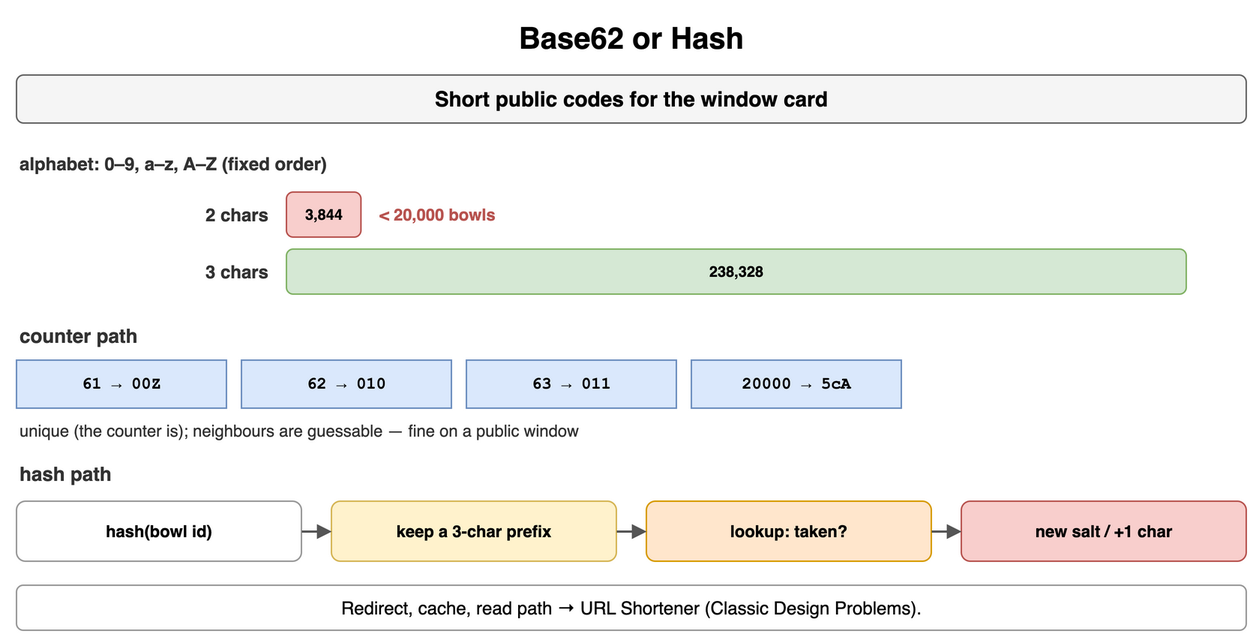
The draw.io diagram content/09_System_Design_Interview/19_Unique_ID_Generation/diagrams/unique-id-7-base62-or-hash.png in amendez13/swe-study-guide, before a commit. Source tidied: cells renumbered, new cells last; positions are measured from the earlier drawing's top-left corner, leaving out a move shared by most shapes.
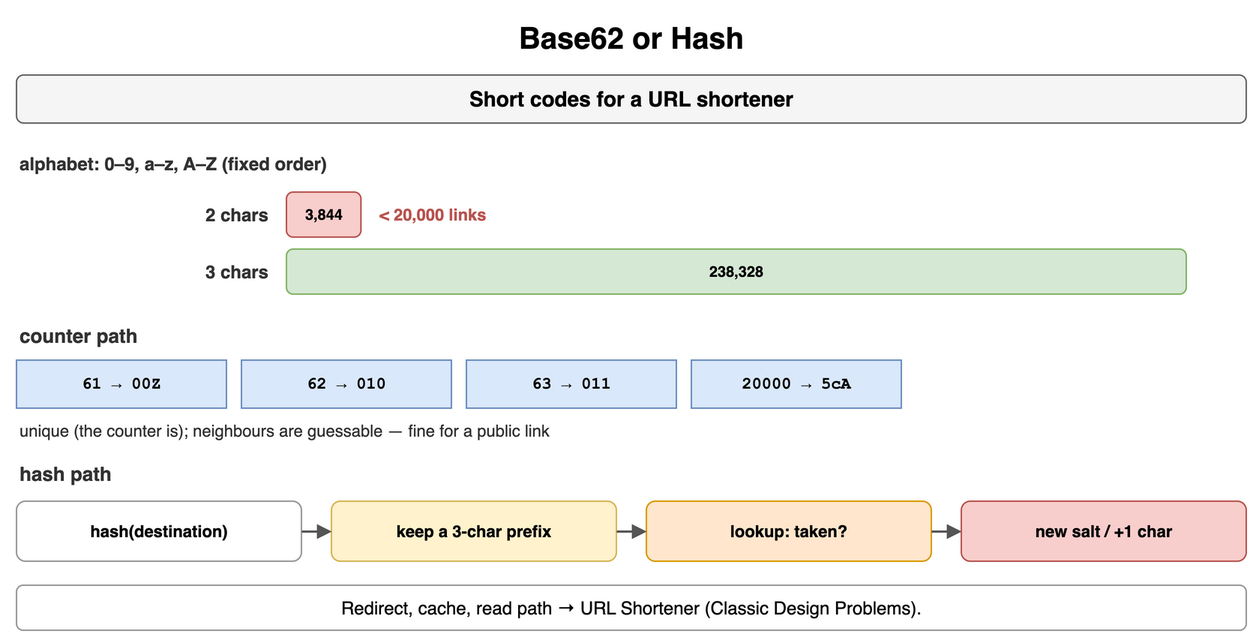
The same file after the commit.

What changed in the source:
```diff
@@ -5,7 +5,7 @@
     <mxCell id="2" value="Base62 or Hash" style="text;html=1;align=center;verticalAlign=middle;whiteSpace=wrap;fontSize=20;fontStyle=1;" parent="1" vertex="1">
       <mxGeometry width="820" height="30" as="geometry" />
     </mxCell>
-    <mxCell id="3" value="Short public codes for the window card" style="rounded=1;whiteSpace=wrap;html=1;fillColor=#f5f5f5;strokeColor=#666666;fontStyle=1;fontSize=14;" parent="1" vertex="1">
+    <mxCell id="3" value="Short codes for a URL shortener" style="rounded=1;whiteSpace=wrap;html=1;fillColor=#f5f5f5;strokeColor=#666666;fontStyle=1;fontSize=14;" parent="1" vertex="1">
       <mxGeometry y="40" width="820" height="32" as="geometry" />
     </mxCell>
     <mxCell id="4" value="alphabet: 0–9, a–z, A–Z (fixed order)" style="text;html=1;whiteSpace=wrap;fontSize=11;align=left;verticalAlign=middle;fontSize=12;fontColor=#333333;fontStyle=1;" parent="1" vertex="1">
@@ -17,7 +17,7 @@
     <mxCell id="6" value="3,844" style="rounded=1;whiteSpace=wrap;html=1;fillColor=#f8cecc;strokeColor=#b85450;fontSize=10;align=center;fontStyle=1;" parent="1" vertex="1">
       <mxGeometry x="180" y="118" width="49.7" height="30" as="geometry" />
     </mxCell>
-    <mxCell id="7" value="&lt; 20,000 bowls" style="text;html=1;whiteSpace=wrap;fontSize=11;align=left;verticalAlign=middle;fontSize=11;fontColor=#b85450;fontStyle=1;" parent="1" vertex="1">
+    <mxCell id="7" value="&lt; 20,000 links" style="text;html=1;whiteSpace=wrap;fontSize=11;align=left;verticalAlign=middle;fontSize=11;fontColor=#b85450;fontStyle=1;" parent="1" vertex="1">
       <mxGeometry x="240" y="118" width="200" height="30" as="geometry" />
     </mxCell>
     <mxCell id="8" value="3 chars" style="text;html=1;whiteSpace=wrap;fontSize=11;align=right;verticalAlign=middle;fontSize=12;fontColor=#333333;fontStyle=1;" parent="1" vertex="1">
@@ -41,13 +41,13 @@
     <mxCell id="14" value="20000 → 5cA" style="rounded=0;whiteSpace=wrap;html=1;fontFamily=Courier New;fontStyle=1;fontSize=13;fillColor=#dae8fc;strokeColor=#6c8ebf;fontSize=11;" parent="1" vertex="1">
       <mxGeometry x="450" y="230" width="140" height="32" as="geometry" />
     </mxCell>
-    <mxCell id="15" value="unique (the counter is); neighbours are guessable — fine on a public window" style="text;html=1;whiteSpace=wrap;fontSize=11;align=left;verticalAlign=middle;fontSize=11;fontColor=#333333;" parent="1" vertex="1">
+    <mxCell id="15" value="unique (the counter is); neighbours are guessable — fine for a public link" style="text;html=1;whiteSpace=wrap;fontSize=11;align=left;verticalAlign=middle;fontSize=11;fontColor=#333333;" parent="1" vertex="1">
       <mxGeometry y="268" width="820" height="18" as="geometry" />
     </mxCell>
     <mxCell id="16" value="hash path" style="text;html=1;whiteSpace=wrap;fontSize=11;align=left;verticalAlign=middle;fontSize=13;fontColor=#333333;fontStyle=1;" parent="1" vertex="1">
       <mxGeometry y="296" width="400" height="20" as="geometry" />
     </mxCell>
-    <mxCell id="17" value="hash(bowl id)" style="rounded=1;whiteSpace=wrap;html=1;fillColor=#ffffff;strokeColor=#999999;fontSize=11;align=center;fontStyle=1;" parent="1" vertex="1">
+    <mxCell id="17" value="hash(destination)" style="rounded=1;whiteSpace=wrap;html=1;fillColor=#ffffff;strokeColor=#999999;fontSize=11;align=center;fontStyle=1;" parent="1" vertex="1">
       <mxGeometry y="324" width="190" height="40" as="geometry" />
     </mxCell>
     <mxCell id="18" value="keep a 3-char prefix" style="rounded=1;whiteSpace=wrap;html=1;fillColor=#fff2cc;strokeColor=#d6b656;fontSize=11;align=center;fontStyle=1;" parent="1" vertex="1">
```
